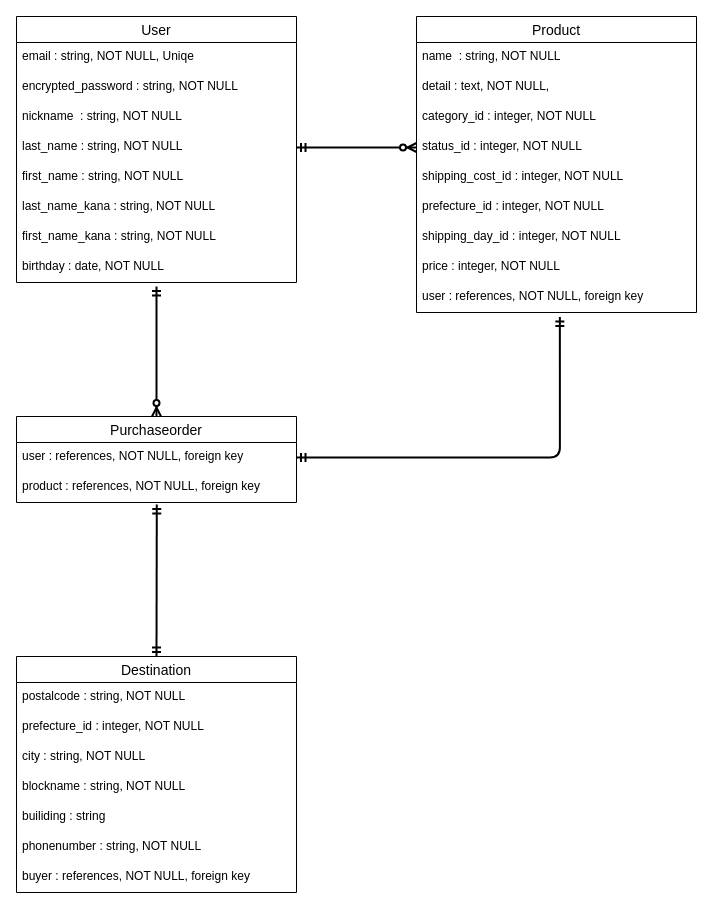
Before: furima.dio in teabana/furima-37947, a draw.io diagram. Source tidied: cells renumbered, new cells numbered last; positions are measured from the earlier drawing's top-left corner, leaving out a move shared by most shapes. Both pictures are drawn from the tidied source at 100%, with x=0, y=0 at pixel (16, 16).
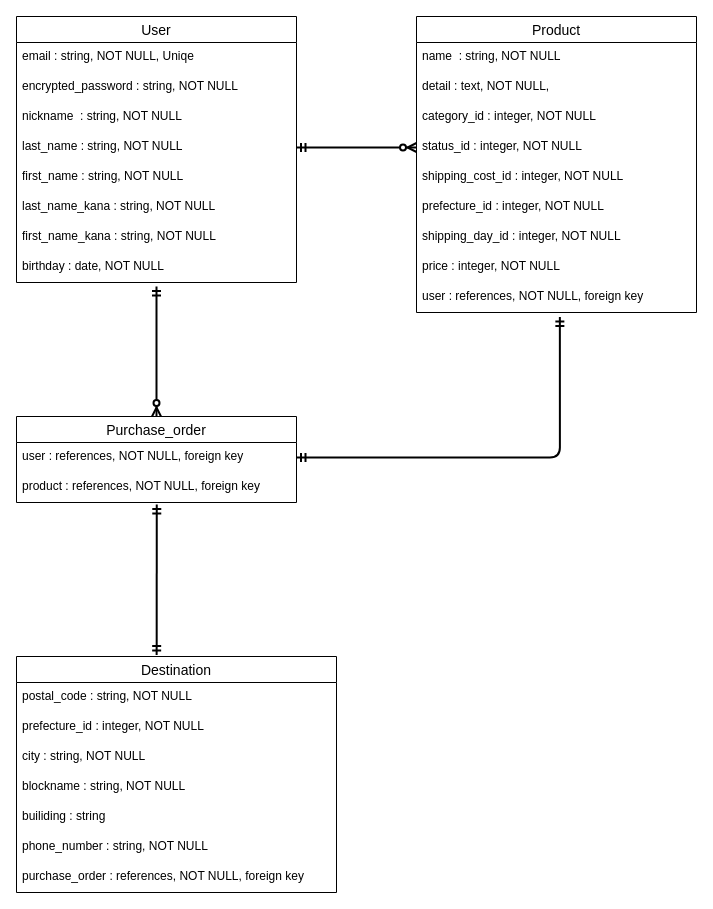
Above is the later version.

Commit message (it also covers changes not shown here):
データベース設計(修正二回目)

The change refers to these unchanged cells:
```xml
<mxCell id="23" value="product : references, NOT NULL, foreign key" style="text;strokeColor=none;fillColor=none;spacingLeft=4;spacingRight=4;overflow=hidden;points=[[0,0.5],[1,0.5]];portConstraint=eastwest;fontSize=12;" parent="21" vertex="1">
  <mxGeometry y="56" width="280" height="30" as="geometry" />
</mxCell>
```

Change to the diagram source:
```diff
@@
-    <mxCell id="21" value="Purchaseorder" style="swimlane;fontStyle=0;horizontal=1;startSize=26;align=center;fontSize=14;" parent="1" vertex="1">
+    <mxCell id="21" value="Purchase_order" style="swimlane;fontStyle=0;horizontal=1;startSize=26;align=center;fontSize=14;" parent="1" vertex="1">
       <mxGeometry y="400" width="280" height="86" as="geometry" />
     </mxCell>
@@
     <mxCell id="24" value="Destination" style="swimlane;fontStyle=0;horizontal=1;startSize=26;align=center;fontSize=14;" parent="1" vertex="1">
-      <mxGeometry y="640" width="280" height="236" as="geometry" />
+      <mxGeometry y="640" width="320" height="236" as="geometry" />
     </mxCell>
-    <mxCell id="25" value="postalcode : string, NOT NULL" style="text;strokeColor=none;fillColor=none;spacingLeft=4;spacingRight=4;overflow=hidden;fontSize=12;" parent="24" vertex="1">
-      <mxGeometry y="26" width="280" height="30" as="geometry" />
+    <mxCell id="25" value="postal_code : string, NOT NULL" style="text;strokeColor=none;fillColor=none;spacingLeft=4;spacingRight=4;overflow=hidden;fontSize=12;" parent="24" vertex="1">
+      <mxGeometry y="26" width="320" height="30" as="geometry" />
     </mxCell>
     <mxCell id="26" value="prefecture_id : integer, NOT NULL" style="text;strokeColor=none;fillColor=none;spacingLeft=4;spacingRight=4;overflow=hidden;fontSize=12;" parent="24" vertex="1">
-      <mxGeometry y="56" width="280" height="30" as="geometry" />
+      <mxGeometry y="56" width="320" height="30" as="geometry" />
     </mxCell>
     <mxCell id="27" value="city : string, NOT NULL" style="text;strokeColor=none;fillColor=none;spacingLeft=4;spacingRight=4;overflow=hidden;fontSize=12;" parent="24" vertex="1">
-      <mxGeometry y="86" width="280" height="30" as="geometry" />
+      <mxGeometry y="86" width="320" height="30" as="geometry" />
     </mxCell>
     <mxCell id="28" value="blockname : string, NOT NULL" style="text;strokeColor=none;fillColor=none;spacingLeft=4;spacingRight=4;overflow=hidden;fontSize=12;" parent="24" vertex="1">
-      <mxGeometry y="116" width="280" height="30" as="geometry" />
+      <mxGeometry y="116" width="320" height="30" as="geometry" />
     </mxCell>
     <mxCell id="29" value="builiding : string" style="text;strokeColor=none;fillColor=none;spacingLeft=4;spacingRight=4;overflow=hidden;fontSize=12;" parent="24" vertex="1">
-      <mxGeometry y="146" width="280" height="30" as="geometry" />
+      <mxGeometry y="146" width="320" height="30" as="geometry" />
     </mxCell>
-    <mxCell id="30" value="phonenumber : string, NOT NULL" style="text;strokeColor=none;fillColor=none;spacingLeft=4;spacingRight=4;overflow=hidden;fontSize=12;" parent="24" vertex="1">
-      <mxGeometry y="176" width="280" height="30" as="geometry" />
+    <mxCell id="30" value="phone_number : string, NOT NULL" style="text;strokeColor=none;fillColor=none;spacingLeft=4;spacingRight=4;overflow=hidden;fontSize=12;" parent="24" vertex="1">
+      <mxGeometry y="176" width="320" height="30" as="geometry" />
     </mxCell>
-    <mxCell id="31" value="buyer : references, NOT NULL, foreign key" style="text;strokeColor=none;fillColor=none;spacingLeft=4;spacingRight=4;overflow=hidden;fontSize=12;" parent="24" vertex="1">
-      <mxGeometry y="206" width="280" height="30" as="geometry" />
+    <mxCell id="31" value="purchase_order : references, NOT NULL, foreign key" style="text;strokeColor=none;fillColor=none;spacingLeft=4;spacingRight=4;overflow=hidden;fontSize=12;" parent="24" vertex="1">
+      <mxGeometry y="206" width="320" height="30" as="geometry" />
     </mxCell>
@@
-    <mxCell id="35" style="fontSize=12;html=1;endArrow=ERmandOne;startArrow=ERmandOne;strokeWidth=2;jumpSize=7;exitX=0.501;exitY=1.069;exitDx=0;exitDy=0;entryX=0.5;entryY=0;entryDx=0;entryDy=0;exitPerimeter=0;" parent="1" edge="1" source="23" target="24">
+    <mxCell id="35" style="fontSize=12;html=1;endArrow=ERmandOne;startArrow=ERmandOne;strokeWidth=2;jumpSize=7;exitX=0.501;exitY=1.069;exitDx=0;exitDy=0;exitPerimeter=0;entryX=0.438;entryY=-0.006;entryDx=0;entryDy=0;entryPerimeter=0;" parent="1" edge="1" source="23" target="24">
       <mxGeometry relative="1" as="geometry" />
     </mxCell>
```
